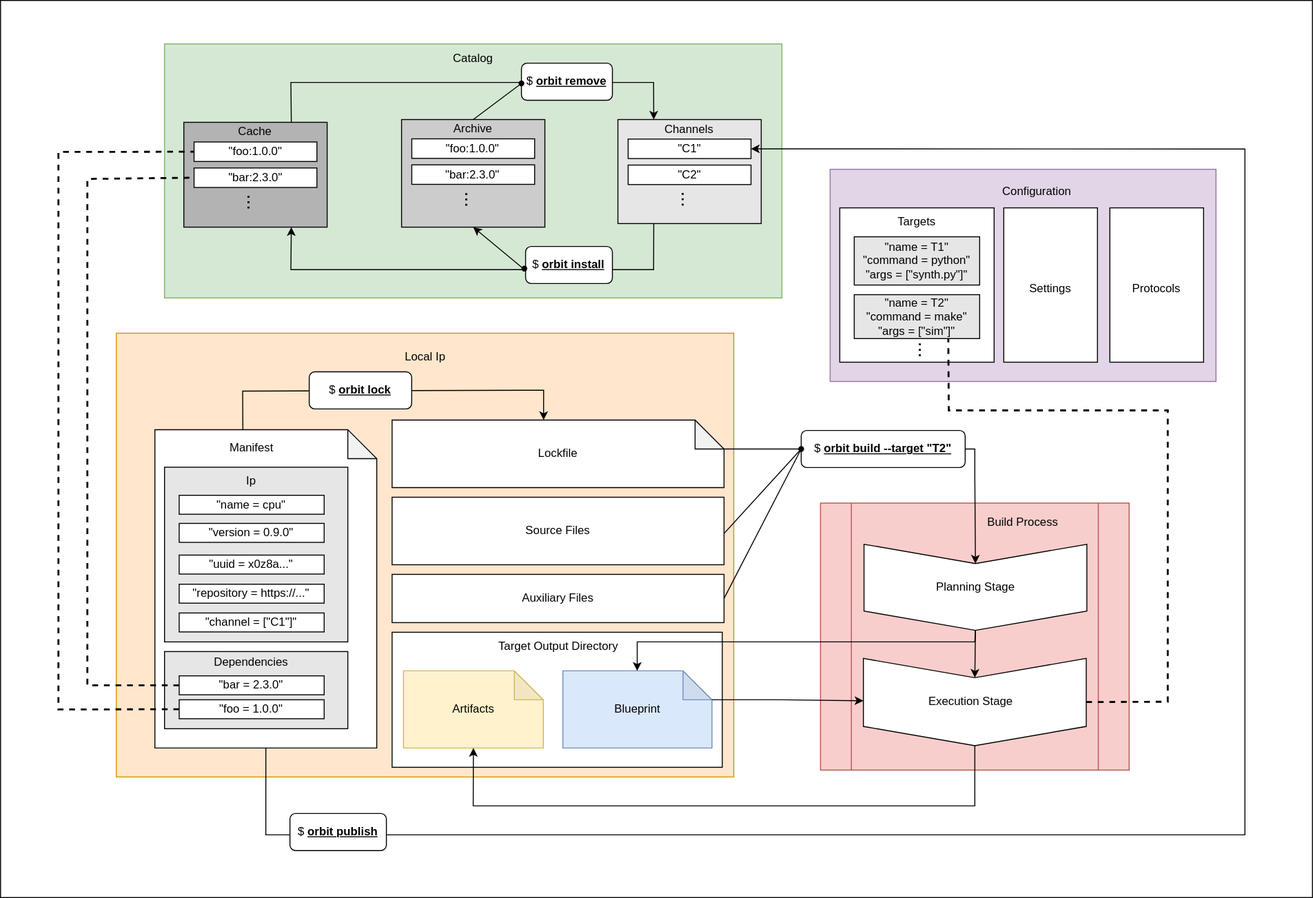
This is docs/src/images/architecture.svg from chaseruskin/orbit, a draw.io export, as it was before one commit. Source tidied: cells renumbered, new cells last; positions are measured from the earlier drawing's top-left corner, leaving out a move shared by most shapes.
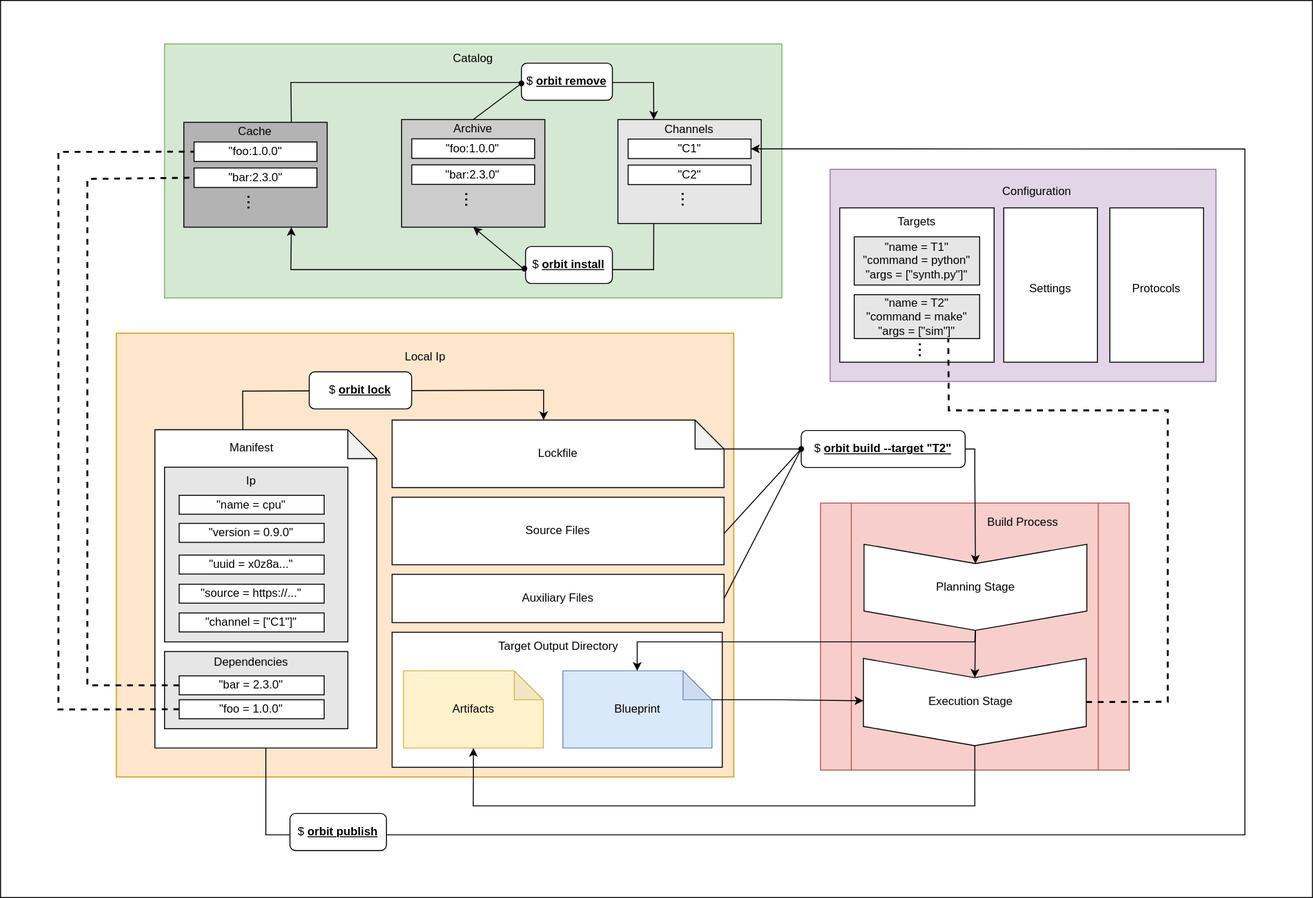
Above is the later version.

What changed in the source:
```diff
@@ -68,7 +68,7 @@
     <mxCell id="23" value="&quot;version = 0.9.0&quot;" style="rounded=0;whiteSpace=wrap;html=1;fillColor=#FFFFFF;" parent="13" vertex="1">
       <mxGeometry x="25.2" y="97.1" width="150.3" height="19.6" as="geometry" />
     </mxCell>
-    <mxCell id="24" value="&quot;repository = https://...&quot;" style="rounded=0;whiteSpace=wrap;html=1;fillColor=#FFFFFF;" parent="13" vertex="1">
+    <mxCell id="24" value="&quot;source = https://...&quot;" style="rounded=0;whiteSpace=wrap;html=1;fillColor=#FFFFFF;" parent="13" vertex="1">
       <mxGeometry x="25.2" y="160.2" width="150.3" height="19.6" as="geometry" />
     </mxCell>
     <mxCell id="25" value="&quot;channel = [&quot;C1&quot;]&quot;" style="rounded=0;whiteSpace=wrap;html=1;fillColor=#FFFFFF;" parent="13" vertex="1">
```
